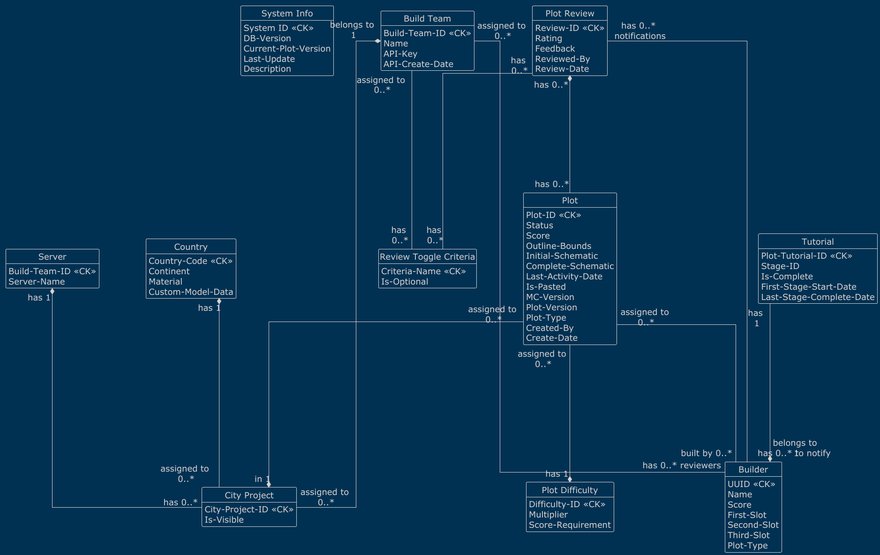
The PlantUML diagram conceptual-db.png in AlpsBTE/Plot-System-DB, before a commit.
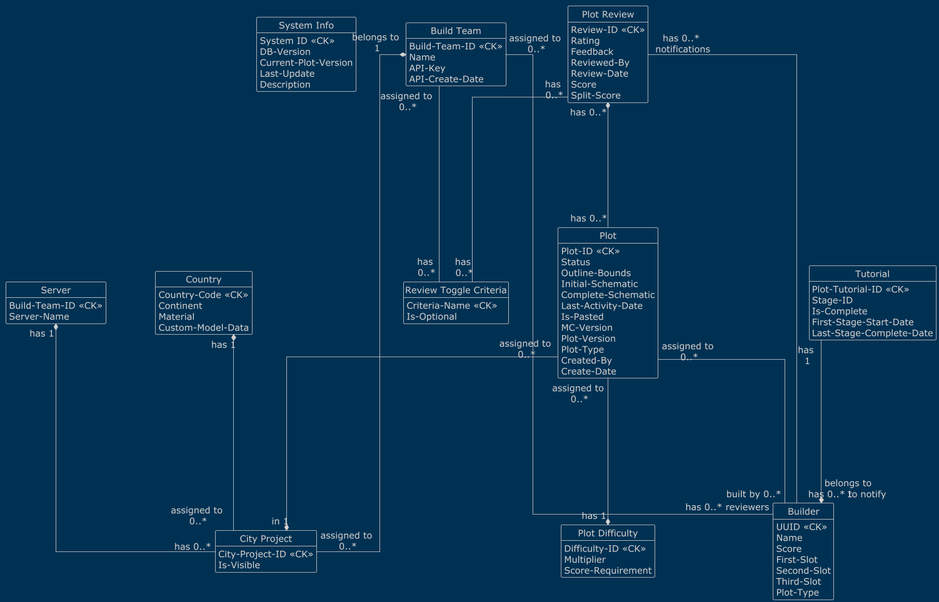
The same diagram one commit later.

Commit message:
add split_score column to the plot_review table

What changed in the source:
```diff
@@ -60,7 +60,6 @@
 entity "Plot" as plot {
     Plot-ID <<CK>>
     Status
-    Score
     Outline-Bounds
     Initial-Schematic
     Complete-Schematic
@@ -87,6 +86,8 @@
     Feedback
     Reviewed-By
     Review-Date
+    Score
+    Split-Score
 }
 
 entity "Review Toggle Criteria" as review_toggle_criteria {
```
